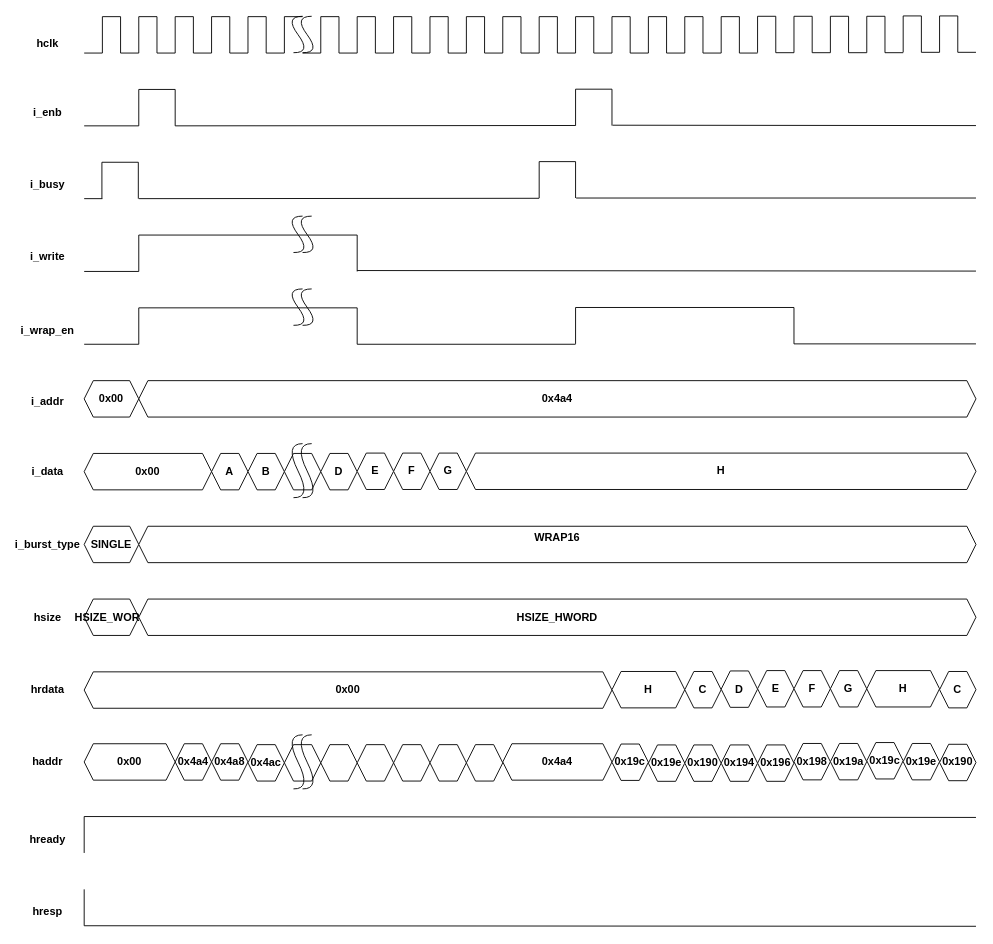
Earlier version of the draw.io diagram page "WRAP16" (18 of 18) of AMBA AHB.drawio (106210049/AMBA-AHB). Source tidied: cells renumbered, new cells numbered last; positions are measured from the earlier drawing's top-left corner, leaving out a move shared by most shapes. Both pictures are drawn from the tidied source at 91%, with x=0, y=0 at pixel (20, 15).
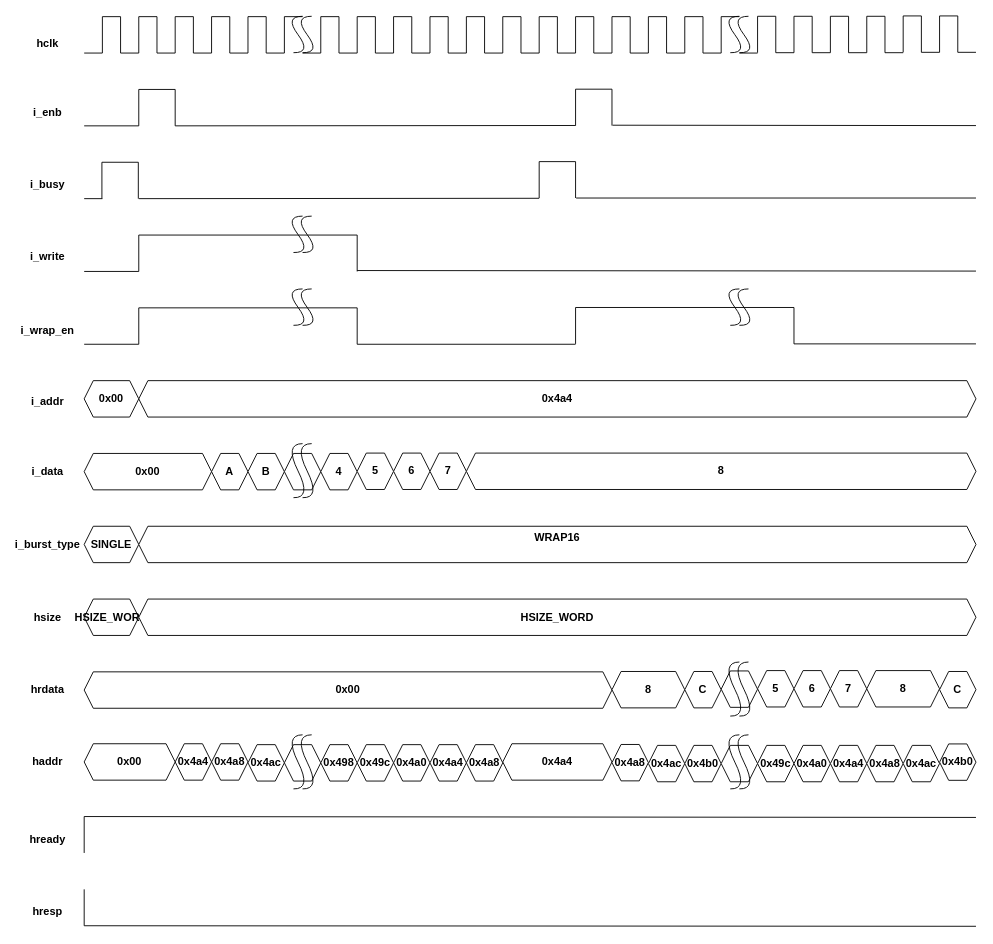
The same diagram, later.

Change to the diagram source:
```diff
@@
-    <mxCell id="73" style="endArrow=none;html=1;rounded=0;" parent="1" edge="1">
-      <mxGeometry relative="1" as="geometry">
-        <mxPoint x="790" y="40.8" as="sourcePoint" />
-        <mxPoint x="790" y="0.8" as="targetPoint" />
-      </mxGeometry>
-    </mxCell>
@@
-    <mxCell id="90" value="&lt;div&gt;D&lt;/div&gt;" style="shape=hexagon;perimeter=hexagonPerimeter2;whiteSpace=wrap;html=1;shapeInside=1;fixedSize=1;size=10;fontStyle=1;" parent="1" vertex="1">
+    <mxCell id="90" value="4" style="shape=hexagon;perimeter=hexagonPerimeter2;whiteSpace=wrap;html=1;shapeInside=1;fixedSize=1;size=10;fontStyle=1;" parent="1" vertex="1">
       <mxGeometry x="330" y="480.8" width="40" height="40" as="geometry" />
     </mxCell>
@@
-    <mxCell id="94" value="&lt;div&gt;HSIZE_HWORD&lt;/div&gt;" style="shape=hexagon;perimeter=hexagonPerimeter2;whiteSpace=wrap;html=1;shapeInside=1;fixedSize=1;size=10;fontStyle=1;" parent="1" vertex="1">
+    <mxCell id="94" value="&lt;div&gt;HSIZE_WORD&lt;/div&gt;" style="shape=hexagon;perimeter=hexagonPerimeter2;whiteSpace=wrap;html=1;shapeInside=1;fixedSize=1;size=10;fontStyle=1;" parent="1" vertex="1">
       <mxGeometry x="130" y="640.8" width="920" height="40" as="geometry" />
     </mxCell>
@@
-    <mxCell id="130" value="&lt;div&gt;&lt;br/&gt;&lt;/div&gt;" style="shape=hexagon;perimeter=hexagonPerimeter2;whiteSpace=wrap;html=1;shapeInside=1;fixedSize=1;size=10;fontStyle=1;" parent="1" vertex="1">
+    <mxCell id="130" value="&lt;div&gt;0x498&lt;/div&gt;" style="shape=hexagon;perimeter=hexagonPerimeter2;whiteSpace=wrap;html=1;shapeInside=1;fixedSize=1;size=10;fontStyle=1;" parent="1" vertex="1">
       <mxGeometry x="330" y="800.8" width="40" height="40" as="geometry" />
     </mxCell>
@@
-    <mxCell id="139" value="&lt;div&gt;&lt;br/&gt;&lt;/div&gt;" style="shape=hexagon;perimeter=hexagonPerimeter2;whiteSpace=wrap;html=1;shapeInside=1;fixedSize=1;size=10;fontStyle=1;" parent="1" vertex="1">
+    <mxCell id="139" value="&lt;div&gt;0x49c&lt;/div&gt;" style="shape=hexagon;perimeter=hexagonPerimeter2;whiteSpace=wrap;html=1;shapeInside=1;fixedSize=1;size=10;fontStyle=1;" parent="1" vertex="1">
       <mxGeometry x="370" y="800.8" width="40" height="40" as="geometry" />
     </mxCell>
@@
-    <mxCell id="150" value="E" style="shape=hexagon;perimeter=hexagonPerimeter2;whiteSpace=wrap;html=1;shapeInside=1;fixedSize=1;size=10;fontStyle=1;" parent="1" vertex="1">
+    <mxCell id="150" value="5" style="shape=hexagon;perimeter=hexagonPerimeter2;whiteSpace=wrap;html=1;shapeInside=1;fixedSize=1;size=10;fontStyle=1;" parent="1" vertex="1">
       <mxGeometry x="370" y="480.4" width="40" height="40" as="geometry" />
     </mxCell>
-    <mxCell id="151" value="F" style="shape=hexagon;perimeter=hexagonPerimeter2;whiteSpace=wrap;html=1;shapeInside=1;fixedSize=1;size=10;fontStyle=1;" parent="1" vertex="1">
+    <mxCell id="151" value="6" style="shape=hexagon;perimeter=hexagonPerimeter2;whiteSpace=wrap;html=1;shapeInside=1;fixedSize=1;size=10;fontStyle=1;" parent="1" vertex="1">
       <mxGeometry x="410" y="480.4" width="40" height="40" as="geometry" />
     </mxCell>
-    <mxCell id="152" value="G" style="shape=hexagon;perimeter=hexagonPerimeter2;whiteSpace=wrap;html=1;shapeInside=1;fixedSize=1;size=10;fontStyle=1;" parent="1" vertex="1">
+    <mxCell id="152" value="7" style="shape=hexagon;perimeter=hexagonPerimeter2;whiteSpace=wrap;html=1;shapeInside=1;fixedSize=1;size=10;fontStyle=1;" parent="1" vertex="1">
       <mxGeometry x="450" y="480.4" width="40" height="40" as="geometry" />
     </mxCell>
-    <mxCell id="153" value="H" style="shape=hexagon;perimeter=hexagonPerimeter2;whiteSpace=wrap;html=1;shapeInside=1;fixedSize=1;size=10;fontStyle=1;" parent="1" vertex="1">
+    <mxCell id="153" value="8" style="shape=hexagon;perimeter=hexagonPerimeter2;whiteSpace=wrap;html=1;shapeInside=1;fixedSize=1;size=10;fontStyle=1;" parent="1" vertex="1">
       <mxGeometry x="490" y="480.4" width="560" height="40" as="geometry" />
     </mxCell>
@@
-    <mxCell id="170" value="&lt;div&gt;&lt;br/&gt;&lt;/div&gt;" style="shape=hexagon;perimeter=hexagonPerimeter2;whiteSpace=wrap;html=1;shapeInside=1;fixedSize=1;size=10;fontStyle=1;" parent="1" vertex="1">
+    <mxCell id="170" value="&lt;div&gt;0x4a0&lt;/div&gt;" style="shape=hexagon;perimeter=hexagonPerimeter2;whiteSpace=wrap;html=1;shapeInside=1;fixedSize=1;size=10;fontStyle=1;" parent="1" vertex="1">
       <mxGeometry x="410" y="800.8" width="40" height="40" as="geometry" />
     </mxCell>
-    <mxCell id="171" value="&lt;div&gt;&lt;br/&gt;&lt;/div&gt;" style="shape=hexagon;perimeter=hexagonPerimeter2;whiteSpace=wrap;html=1;shapeInside=1;fixedSize=1;size=10;fontStyle=1;" parent="1" vertex="1">
+    <mxCell id="171" value="&lt;div&gt;0x4a4&lt;/div&gt;" style="shape=hexagon;perimeter=hexagonPerimeter2;whiteSpace=wrap;html=1;shapeInside=1;fixedSize=1;size=10;fontStyle=1;" parent="1" vertex="1">
       <mxGeometry x="450" y="800.8" width="40" height="40" as="geometry" />
     </mxCell>
-    <mxCell id="172" value="&lt;div&gt;&lt;br/&gt;&lt;/div&gt;" style="shape=hexagon;perimeter=hexagonPerimeter2;whiteSpace=wrap;html=1;shapeInside=1;fixedSize=1;size=10;fontStyle=1;" parent="1" vertex="1">
+    <mxCell id="172" value="&lt;div&gt;0x4a8&lt;/div&gt;" style="shape=hexagon;perimeter=hexagonPerimeter2;whiteSpace=wrap;html=1;shapeInside=1;fixedSize=1;size=10;fontStyle=1;" parent="1" vertex="1">
       <mxGeometry x="490" y="800.8" width="40" height="40" as="geometry" />
     </mxCell>
@@
-    <mxCell id="174" value="0x19c" style="shape=hexagon;perimeter=hexagonPerimeter2;whiteSpace=wrap;html=1;shapeInside=1;fixedSize=1;size=10;fontStyle=1;" parent="1" vertex="1">
-      <mxGeometry x="650" y="800.1" width="40" height="40" as="geometry" />
-    </mxCell>
-    <mxCell id="175" value="0x19e" style="shape=hexagon;perimeter=hexagonPerimeter2;whiteSpace=wrap;html=1;shapeInside=1;fixedSize=1;size=10;fontStyle=1;" parent="1" vertex="1">
-      <mxGeometry x="690" y="801.1" width="40" height="40" as="geometry" />
-    </mxCell>
-    <mxCell id="176" value="0x190" style="shape=hexagon;perimeter=hexagonPerimeter2;whiteSpace=wrap;html=1;shapeInside=1;fixedSize=1;size=10;fontStyle=1;" parent="1" vertex="1">
-      <mxGeometry x="730" y="801.1" width="40" height="40" as="geometry" />
-    </mxCell>
-    <mxCell id="177" value="0x194" style="shape=hexagon;perimeter=hexagonPerimeter2;whiteSpace=wrap;html=1;shapeInside=1;fixedSize=1;size=10;fontStyle=1;" parent="1" vertex="1">
-      <mxGeometry x="770" y="801.1" width="40" height="40" as="geometry" />
-    </mxCell>
-    <mxCell id="178" value="0x196" style="shape=hexagon;perimeter=hexagonPerimeter2;whiteSpace=wrap;html=1;shapeInside=1;fixedSize=1;size=10;fontStyle=1;" parent="1" vertex="1">
-      <mxGeometry x="810" y="801.1" width="40" height="40" as="geometry" />
-    </mxCell>
-    <mxCell id="179" value="0x198" style="shape=hexagon;perimeter=hexagonPerimeter2;whiteSpace=wrap;html=1;shapeInside=1;fixedSize=1;size=10;fontStyle=1;" parent="1" vertex="1">
-      <mxGeometry x="850" y="799.5" width="40" height="40" as="geometry" />
-    </mxCell>
-    <mxCell id="180" value="0x19a" style="shape=hexagon;perimeter=hexagonPerimeter2;whiteSpace=wrap;html=1;shapeInside=1;fixedSize=1;size=10;fontStyle=1;" parent="1" vertex="1">
-      <mxGeometry x="890" y="799.5" width="40" height="40" as="geometry" />
-    </mxCell>
-    <mxCell id="181" value="0x19c" style="shape=hexagon;perimeter=hexagonPerimeter2;whiteSpace=wrap;html=1;shapeInside=1;fixedSize=1;size=10;fontStyle=1;" parent="1" vertex="1">
-      <mxGeometry x="930" y="798.5" width="40" height="40" as="geometry" />
-    </mxCell>
-    <mxCell id="182" value="0x19e" style="shape=hexagon;perimeter=hexagonPerimeter2;whiteSpace=wrap;html=1;shapeInside=1;fixedSize=1;size=10;fontStyle=1;" parent="1" vertex="1">
-      <mxGeometry x="970" y="799.5" width="40" height="40" as="geometry" />
-    </mxCell>
-    <mxCell id="183" value="H" style="shape=hexagon;perimeter=hexagonPerimeter2;whiteSpace=wrap;html=1;shapeInside=1;fixedSize=1;size=10;fontStyle=1;" parent="1" vertex="1">
+    <mxCell id="183" value="8" style="shape=hexagon;perimeter=hexagonPerimeter2;whiteSpace=wrap;html=1;shapeInside=1;fixedSize=1;size=10;fontStyle=1;" parent="1" vertex="1">
       <mxGeometry x="650" y="720.4" width="80" height="40" as="geometry" />
     </mxCell>
@@
-    <mxCell id="185" value="&lt;div&gt;D&lt;/div&gt;" style="shape=hexagon;perimeter=hexagonPerimeter2;whiteSpace=wrap;html=1;shapeInside=1;fixedSize=1;size=10;fontStyle=1;" parent="1" vertex="1">
+    <mxCell id="185" value="&lt;div&gt;&lt;br&gt;&lt;/div&gt;" style="shape=hexagon;perimeter=hexagonPerimeter2;whiteSpace=wrap;html=1;shapeInside=1;fixedSize=1;size=10;fontStyle=1;" parent="1" vertex="1">
       <mxGeometry x="770" y="719.8" width="40" height="40" as="geometry" />
     </mxCell>
-    <mxCell id="186" value="E" style="shape=hexagon;perimeter=hexagonPerimeter2;whiteSpace=wrap;html=1;shapeInside=1;fixedSize=1;size=10;fontStyle=1;" parent="1" vertex="1">
+    <mxCell id="186" value="5" style="shape=hexagon;perimeter=hexagonPerimeter2;whiteSpace=wrap;html=1;shapeInside=1;fixedSize=1;size=10;fontStyle=1;" parent="1" vertex="1">
       <mxGeometry x="810" y="719.4" width="40" height="40" as="geometry" />
     </mxCell>
-    <mxCell id="187" value="F" style="shape=hexagon;perimeter=hexagonPerimeter2;whiteSpace=wrap;html=1;shapeInside=1;fixedSize=1;size=10;fontStyle=1;" parent="1" vertex="1">
+    <mxCell id="187" value="6" style="shape=hexagon;perimeter=hexagonPerimeter2;whiteSpace=wrap;html=1;shapeInside=1;fixedSize=1;size=10;fontStyle=1;" parent="1" vertex="1">
       <mxGeometry x="850" y="719.4" width="40" height="40" as="geometry" />
     </mxCell>
-    <mxCell id="188" value="G" style="shape=hexagon;perimeter=hexagonPerimeter2;whiteSpace=wrap;html=1;shapeInside=1;fixedSize=1;size=10;fontStyle=1;" parent="1" vertex="1">
+    <mxCell id="188" value="&lt;div&gt;7&lt;/div&gt;" style="shape=hexagon;perimeter=hexagonPerimeter2;whiteSpace=wrap;html=1;shapeInside=1;fixedSize=1;size=10;fontStyle=1;" parent="1" vertex="1">
       <mxGeometry x="890" y="719.4" width="40" height="40" as="geometry" />
     </mxCell>
-    <mxCell id="189" value="H" style="shape=hexagon;perimeter=hexagonPerimeter2;whiteSpace=wrap;html=1;shapeInside=1;fixedSize=1;size=10;fontStyle=1;" parent="1" vertex="1">
+    <mxCell id="189" value="&lt;div&gt;8&lt;/div&gt;" style="shape=hexagon;perimeter=hexagonPerimeter2;whiteSpace=wrap;html=1;shapeInside=1;fixedSize=1;size=10;fontStyle=1;" parent="1" vertex="1">
       <mxGeometry x="930" y="719.4" width="80" height="40" as="geometry" />
     </mxCell>
@@
-    <mxCell id="191" value="0x190" style="shape=hexagon;perimeter=hexagonPerimeter2;whiteSpace=wrap;html=1;shapeInside=1;fixedSize=1;size=10;fontStyle=1;" parent="1" vertex="1">
-      <mxGeometry x="1010" y="800.4" width="40" height="40" as="geometry" />
-    </mxCell>
@@
+    <mxCell id="204" value="0x4a8" style="shape=hexagon;perimeter=hexagonPerimeter2;whiteSpace=wrap;html=1;shapeInside=1;fixedSize=1;size=10;fontStyle=1;" parent="1" vertex="1">
+      <mxGeometry x="650" y="800.6" width="40" height="40" as="geometry" />
+    </mxCell>
+    <mxCell id="205" value="0x4ac" style="shape=hexagon;perimeter=hexagonPerimeter2;whiteSpace=wrap;html=1;shapeInside=1;fixedSize=1;size=10;fontStyle=1;" parent="1" vertex="1">
+      <mxGeometry x="690" y="801.6" width="40" height="40" as="geometry" />
+    </mxCell>
+    <mxCell id="206" value="&lt;div&gt;0x4b0&lt;/div&gt;" style="shape=hexagon;perimeter=hexagonPerimeter2;whiteSpace=wrap;html=1;shapeInside=1;fixedSize=1;size=10;fontStyle=1;" parent="1" vertex="1">
+      <mxGeometry x="730" y="801.6" width="40" height="40" as="geometry" />
+    </mxCell>
+    <mxCell id="207" value="&lt;div&gt;&lt;br/&gt;&lt;/div&gt;" style="shape=hexagon;perimeter=hexagonPerimeter2;whiteSpace=wrap;html=1;shapeInside=1;fixedSize=1;size=10;fontStyle=1;" parent="1" vertex="1">
+      <mxGeometry x="770" y="801.6" width="40" height="40" as="geometry" />
+    </mxCell>
+    <mxCell id="208" value="&lt;div style=&quot;&quot;&gt;0x49c&lt;/div&gt;" style="shape=hexagon;perimeter=hexagonPerimeter2;whiteSpace=wrap;html=1;shapeInside=1;fixedSize=1;size=10;fontStyle=1;" parent="1" vertex="1">
+      <mxGeometry x="810" y="801.6" width="40" height="40" as="geometry" />
+    </mxCell>
+    <mxCell id="209" value="&lt;div style=&quot;&quot;&gt;0x4a0&lt;/div&gt;" style="shape=hexagon;perimeter=hexagonPerimeter2;whiteSpace=wrap;html=1;shapeInside=1;fixedSize=1;size=10;fontStyle=1;" parent="1" vertex="1">
+      <mxGeometry x="850" y="801.6" width="40" height="40" as="geometry" />
+    </mxCell>
+    <mxCell id="210" value="&lt;div style=&quot;&quot;&gt;0x4a4&lt;/div&gt;" style="shape=hexagon;perimeter=hexagonPerimeter2;whiteSpace=wrap;html=1;shapeInside=1;fixedSize=1;size=10;fontStyle=1;" parent="1" vertex="1">
+      <mxGeometry x="890" y="801.6" width="40" height="40" as="geometry" />
+    </mxCell>
+    <mxCell id="211" value="&lt;div style=&quot;&quot;&gt;0x4a8&lt;/div&gt;" style="shape=hexagon;perimeter=hexagonPerimeter2;whiteSpace=wrap;html=1;shapeInside=1;fixedSize=1;size=10;fontStyle=1;" parent="1" vertex="1">
+      <mxGeometry x="930" y="801.6" width="40" height="40" as="geometry" />
+    </mxCell>
+    <mxCell id="212" style="group;" parent="1" vertex="1">
+      <mxGeometry x="770" y="790" width="40" height="60" as="geometry" />
+    </mxCell>
+    <mxCell id="213" style="curved=1;endArrow=none;html=1;rounded=0;endFill=0;" parent="212" edge="1">
+      <mxGeometry relative="1" as="geometry">
+        <mxPoint x="20" y="59.4" as="sourcePoint" />
+        <mxPoint x="30" as="targetPoint" />
+        <Array as="points">
+          <mxPoint x="40" y="60" />
+          <mxPoint x="10" />
+        </Array>
+      </mxGeometry>
+    </mxCell>
+    <mxCell id="214" style="curved=1;endArrow=none;html=1;rounded=0;endFill=0;" parent="212" edge="1">
+      <mxGeometry relative="1" as="geometry">
+        <mxPoint x="10" y="59.4" as="sourcePoint" />
+        <mxPoint x="20" as="targetPoint" />
+        <Array as="points">
+          <mxPoint x="30" y="60" />
+          <mxPoint />
+        </Array>
+      </mxGeometry>
+    </mxCell>
+    <mxCell id="215" style="group;" parent="1" vertex="1">
+      <mxGeometry x="770" y="710" width="40" height="60" as="geometry" />
+    </mxCell>
+    <mxCell id="216" style="curved=1;endArrow=none;html=1;rounded=0;endFill=0;" parent="215" edge="1">
+      <mxGeometry relative="1" as="geometry">
+        <mxPoint x="20" y="59.4" as="sourcePoint" />
+        <mxPoint x="30" as="targetPoint" />
+        <Array as="points">
+          <mxPoint x="40" y="60" />
+          <mxPoint x="10" />
+        </Array>
+      </mxGeometry>
+    </mxCell>
+    <mxCell id="217" style="curved=1;endArrow=none;html=1;rounded=0;endFill=0;" parent="215" edge="1">
+      <mxGeometry relative="1" as="geometry">
+        <mxPoint x="10" y="59.4" as="sourcePoint" />
+        <mxPoint x="20" as="targetPoint" />
+        <Array as="points">
+          <mxPoint x="30" y="60" />
+          <mxPoint />
+        </Array>
+      </mxGeometry>
+    </mxCell>
+    <mxCell id="218" style="curved=1;endArrow=none;html=1;rounded=0;endFill=0;" parent="1" edge="1">
+      <mxGeometry relative="1" as="geometry">
+        <mxPoint x="790" y="340" as="sourcePoint" />
+        <mxPoint x="800" y="300" as="targetPoint" />
+        <Array as="points">
+          <mxPoint x="810" y="340.4" />
+          <mxPoint x="780" y="300" />
+        </Array>
+      </mxGeometry>
+    </mxCell>
+    <mxCell id="219" style="curved=1;endArrow=none;html=1;rounded=0;endFill=0;" parent="1" edge="1">
+      <mxGeometry relative="1" as="geometry">
+        <mxPoint x="780" y="340" as="sourcePoint" />
+        <mxPoint x="790" y="300" as="targetPoint" />
+        <Array as="points">
+          <mxPoint x="800" y="340.4" />
+          <mxPoint x="770" y="300" />
+        </Array>
+      </mxGeometry>
+    </mxCell>
+    <mxCell id="220" style="curved=1;endArrow=none;html=1;rounded=0;endFill=0;" parent="1" edge="1">
+      <mxGeometry relative="1" as="geometry">
+        <mxPoint x="790" y="40.4" as="sourcePoint" />
+        <mxPoint x="800" y="0.4" as="targetPoint" />
+        <Array as="points">
+          <mxPoint x="810" y="40.8" />
+          <mxPoint x="780" y="0.4" />
+        </Array>
+      </mxGeometry>
+    </mxCell>
+    <mxCell id="221" style="curved=1;endArrow=none;html=1;rounded=0;endFill=0;" parent="1" edge="1">
+      <mxGeometry relative="1" as="geometry">
+        <mxPoint x="780" y="40.4" as="sourcePoint" />
+        <mxPoint x="790" y="0.4" as="targetPoint" />
+        <Array as="points">
+          <mxPoint x="800" y="40.8" />
+          <mxPoint x="770" y="0.4" />
+        </Array>
+      </mxGeometry>
+    </mxCell>
+    <mxCell id="222" value="&lt;div style=&quot;&quot;&gt;0x4ac&lt;/div&gt;" style="shape=hexagon;perimeter=hexagonPerimeter2;whiteSpace=wrap;html=1;shapeInside=1;fixedSize=1;size=10;fontStyle=1;" parent="1" vertex="1">
+      <mxGeometry x="970" y="801.6" width="40" height="40" as="geometry" />
+    </mxCell>
+    <mxCell id="223" value="&lt;div&gt;0x4b0&lt;/div&gt;" style="shape=hexagon;perimeter=hexagonPerimeter2;whiteSpace=wrap;html=1;shapeInside=1;fixedSize=1;size=10;fontStyle=1;" parent="1" vertex="1">
+      <mxGeometry x="1010" y="800" width="40" height="40" as="geometry" />
+    </mxCell>
```
